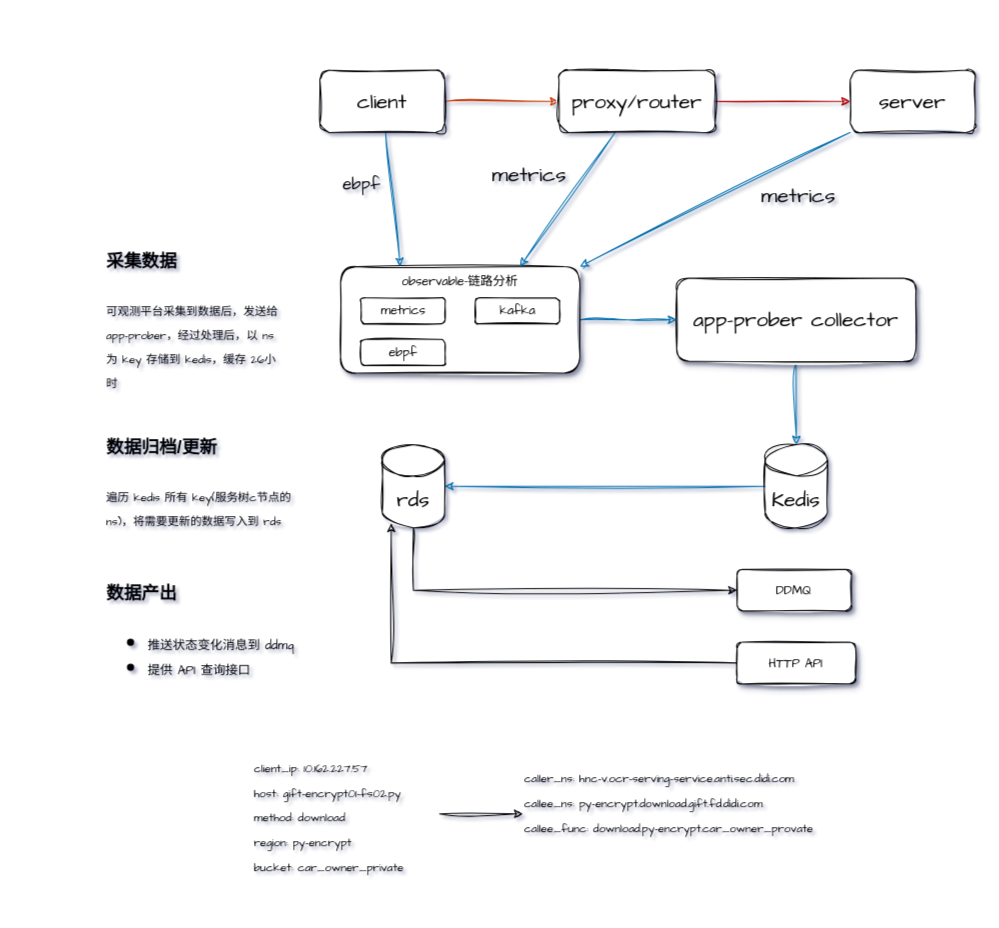
yubo/draw keeps this draw.io diagram as page "概要 with observe" (6 of 6) of app-prober.drawio. Above is the earlier version. Source tidied: cells renumbered, new cells numbered last; positions are measured from the earlier drawing's top-left corner, leaving out a move shared by most shapes. Both pictures are drawn from the tidied source at 104%, with x=0, y=0 at pixel (101, 70).
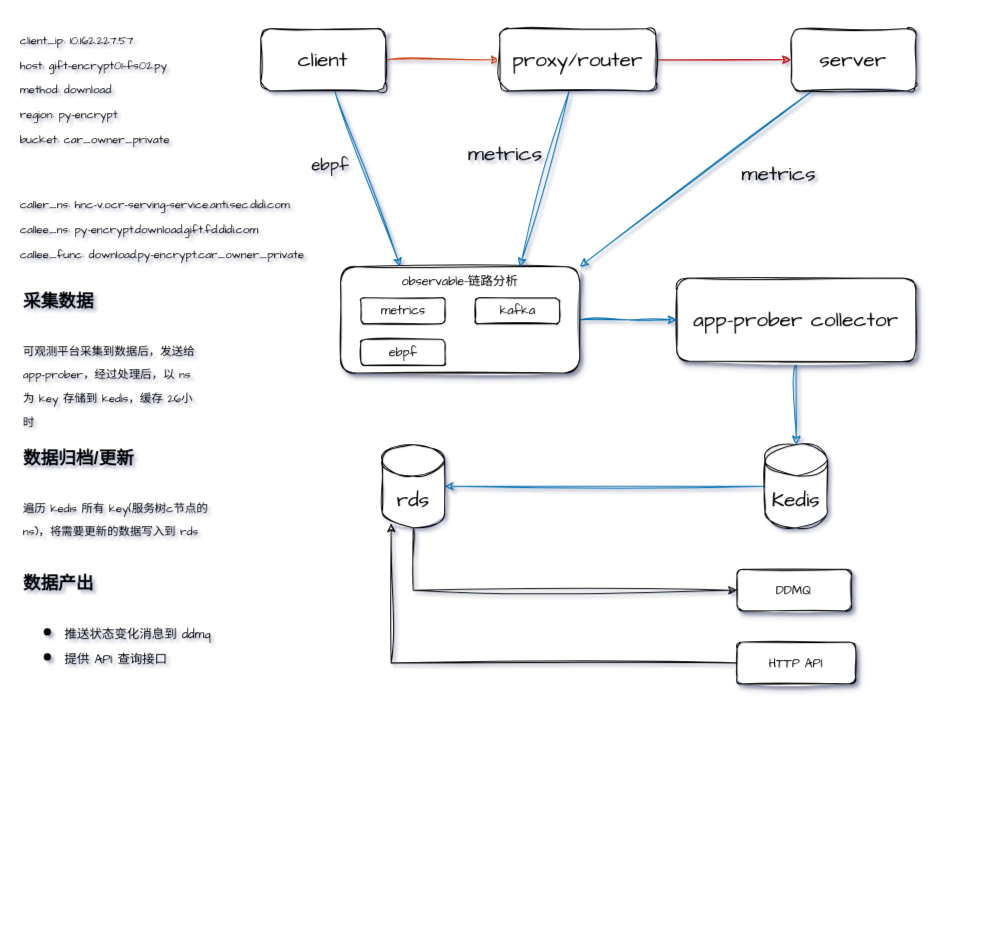
The same page after the edit.

Diff of the diagram source:
```diff
@@
     <mxCell id="10" value="&lt;h1 style=&quot;line-height: 40%;&quot;&gt;&lt;font face=&quot;Helvetica&quot;&gt;&lt;span style=&quot;font-size: 17px;&quot;&gt;采集数据&lt;/span&gt;&lt;/font&gt;&lt;/h1&gt;&lt;p style=&quot;line-height: 100%;&quot;&gt;&lt;font style=&quot;font-size: 11px;&quot;&gt;可观测平台采集到数据后，发送给app-prober，经过处理后，以 ns 为 key 存储到 kedis，缓存 26小时&lt;/font&gt;&lt;/p&gt;" style="text;html=1;strokeColor=none;fillColor=none;spacing=5;spacingTop=-20;whiteSpace=wrap;overflow=hidden;rounded=0;fontSize=20;fontFamily=Architects Daughter;labelBackgroundColor=none;" parent="1" vertex="1">
-      <mxGeometry y="151.2" width="180" height="160" as="geometry" />
+      <mxGeometry x="-80" y="188.8" width="180" height="160" as="geometry" />
     </mxCell>
     <mxCell id="11" value="&lt;h1 style=&quot;line-height: 40%;&quot;&gt;&lt;font face=&quot;Helvetica&quot;&gt;&lt;span style=&quot;font-size: 17px;&quot;&gt;数据归档/更新&lt;/span&gt;&lt;/font&gt;&lt;/h1&gt;&lt;p style=&quot;line-height: 100%;&quot;&gt;&lt;span style=&quot;font-size: 11px; background-color: initial;&quot;&gt;遍历 kedis 所有 key(服务树c节点的ns)，将需要更新的数据写入到 rds&lt;/span&gt;&lt;/p&gt;" style="text;html=1;strokeColor=none;fillColor=none;spacing=5;spacingTop=-20;whiteSpace=wrap;overflow=hidden;rounded=0;fontSize=20;fontFamily=Architects Daughter;" parent="1" vertex="1">
-      <mxGeometry y="330" width="190" height="140" as="geometry" />
+      <mxGeometry x="-80" y="340" width="190" height="140" as="geometry" />
     </mxCell>
@@
     <mxCell id="13" value="&lt;h1 style=&quot;line-height: 40%;&quot;&gt;&lt;font face=&quot;Helvetica&quot;&gt;&lt;span style=&quot;font-size: 17px;&quot;&gt;数据产出&lt;/span&gt;&lt;/font&gt;&lt;/h1&gt;&lt;p style=&quot;line-height: 100%;&quot;&gt;&lt;/p&gt;&lt;ul&gt;&lt;li&gt;&lt;span style=&quot;font-size: 12px; background-color: initial;&quot;&gt;推送状态变化消息到 ddmq&lt;/span&gt;&lt;/li&gt;&lt;li&gt;&lt;span style=&quot;background-color: initial; font-size: 12px;&quot;&gt;提供 API 查询接口&lt;/span&gt;&lt;/li&gt;&lt;/ul&gt;&lt;p&gt;&lt;/p&gt;" style="text;html=1;strokeColor=none;fillColor=none;spacing=5;spacingTop=-20;whiteSpace=wrap;overflow=hidden;rounded=0;fontSize=20;fontFamily=Architects Daughter;" parent="1" vertex="1">
-      <mxGeometry y="470" width="210" height="130" as="geometry" />
+      <mxGeometry x="-80" y="460" width="210" height="130" as="geometry" />
     </mxCell>
@@
     <mxCell id="21" value="client" style="rounded=1;whiteSpace=wrap;html=1;sketch=1;hachureGap=4;jiggle=2;curveFitting=1;fontFamily=Architects Daughter;fontSize=20;" parent="1" vertex="1">
-      <mxGeometry x="210" width="120" height="60" as="geometry" />
+      <mxGeometry x="153.2" y="-40" width="120" height="60" as="geometry" />
     </mxCell>
@@
     <mxCell id="24" value="server" style="rounded=1;whiteSpace=wrap;html=1;sketch=1;hachureGap=4;jiggle=2;curveFitting=1;fontFamily=Architects Daughter;fontSize=20;" parent="1" vertex="1">
-      <mxGeometry x="720" width="120" height="60" as="geometry" />
+      <mxGeometry x="663.2" y="-40" width="120" height="60" as="geometry" />
     </mxCell>
@@
     <mxCell id="28" value="proxy/router" style="rounded=1;whiteSpace=wrap;html=1;sketch=1;hachureGap=4;jiggle=2;curveFitting=1;fontFamily=Architects Daughter;fontSize=20;" parent="1" vertex="1">
-      <mxGeometry x="440" width="150" height="60" as="geometry" />
+      <mxGeometry x="383.2" y="-40" width="150" height="60" as="geometry" />
     </mxCell>
-    <mxCell id="29" style="edgeStyle=orthogonalEdgeStyle;rounded=0;sketch=1;hachureGap=4;jiggle=2;curveFitting=1;jettySize=auto;html=1;entryX=0;entryY=0.5;entryDx=0;entryDy=0;fontFamily=Architects Daughter;fontSize=16;" parent="1" edge="1" source="30" target="31">
-      <mxGeometry relative="1" as="geometry" />
-    </mxCell>
+    <mxCell id="31" value="&lt;font face=&quot;Comic Sans MS&quot; style=&quot;font-size: 11px;&quot;&gt;caller_ns: hnc-v.ocr-serving-service.anti.sec.didi.com&amp;nbsp;&lt;br&gt;&lt;/font&gt;&lt;font style=&quot;font-size: 11px;&quot; face=&quot;Comic Sans MS&quot;&gt;callee_ns:&amp;nbsp;&lt;/font&gt;&lt;font face=&quot;Comic Sans MS&quot; style=&quot;font-size: 11px;&quot;&gt;&lt;font style=&quot;font-size: 11px;&quot;&gt;py-encrypt.download.gift.fd.didi.com&lt;br&gt;&lt;/font&gt;callee_func: download.py-encrypt.car_owner_private&lt;br&gt;&lt;br&gt;&lt;/font&gt;" style="text;html=1;strokeColor=none;fillColor=none;align=left;verticalAlign=top;whiteSpace=wrap;rounded=0;fontSize=20;fontFamily=Architects Daughter;" parent="1" vertex="1">
+      <mxGeometry x="-80" y="107.5" width="320" height="81.2" as="geometry" />
+    </mxCell>
     <mxCell id="30" value="&lt;font face=&quot;Comic Sans MS&quot; style=&quot;font-size: 11px;&quot;&gt;client_ip:&amp;nbsp;10.162.227.57&amp;nbsp;&lt;br&gt;&lt;/font&gt;&lt;font style=&quot;font-size: 11px;&quot; face=&quot;Comic Sans MS&quot;&gt;host: gift-encrypt01-fs02.py&lt;br&gt;&lt;/font&gt;&lt;font face=&quot;Comic Sans MS&quot; style=&quot;font-size: 11px;&quot;&gt;method: download&lt;br&gt;region: py-encrypt&lt;br&gt;bucket: car_owner_private&lt;br&gt;&lt;br&gt;&lt;/font&gt;" style="text;html=1;strokeColor=none;fillColor=none;align=left;verticalAlign=top;whiteSpace=wrap;rounded=0;fontSize=20;fontFamily=Architects Daughter;" parent="1" vertex="1">
-      <mxGeometry x="145.2" y="650" width="180" height="130" as="geometry" />
+      <mxGeometry x="-80" y="-50" width="160" height="130" as="geometry" />
     </mxCell>
-    <mxCell id="31" value="&lt;font face=&quot;Comic Sans MS&quot; style=&quot;font-size: 11px;&quot;&gt;caller_ns: hnc-v.ocr-serving-service.anti.sec.didi.com&amp;nbsp;&lt;br&gt;&lt;/font&gt;&lt;font style=&quot;font-size: 11px;&quot; face=&quot;Comic Sans MS&quot;&gt;callee_ns:&amp;nbsp;&lt;/font&gt;&lt;font face=&quot;Comic Sans MS&quot; style=&quot;font-size: 11px;&quot;&gt;&lt;font style=&quot;font-size: 11px;&quot;&gt;py-encrypt.download.gift.fd.didi.com&lt;br&gt;&lt;/font&gt;callee_func: download.py-encrypt.car_owner_provate&lt;br&gt;&lt;br&gt;&lt;/font&gt;" style="text;html=1;strokeColor=none;fillColor=none;align=left;verticalAlign=top;whiteSpace=wrap;rounded=0;fontSize=20;fontFamily=Architects Daughter;" parent="1" vertex="1">
-      <mxGeometry x="405.2" y="660" width="320" height="110" as="geometry" />
-    </mxCell>
```
